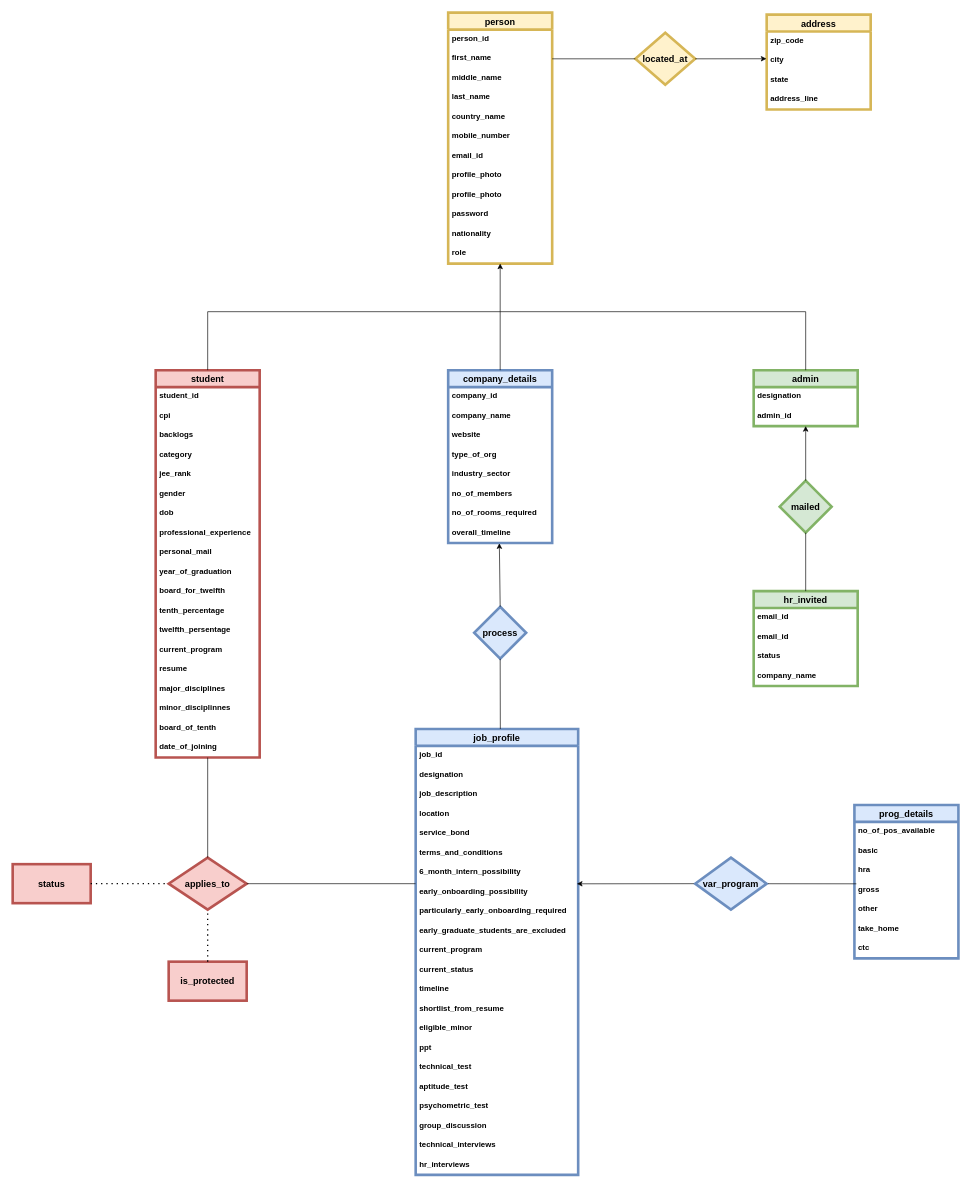
Before: ER_DBMS_ASSIGNMENT_1.drawio in Kamalkvaishnav/DBMS, a draw.io diagram. Source tidied: cells renumbered, new cells numbered last; positions are measured from the earlier drawing's top-left corner, leaving out a move shared by most shapes. Both pictures are drawn from the tidied source at 65%, with x=0, y=0 at pixel (12, 12).
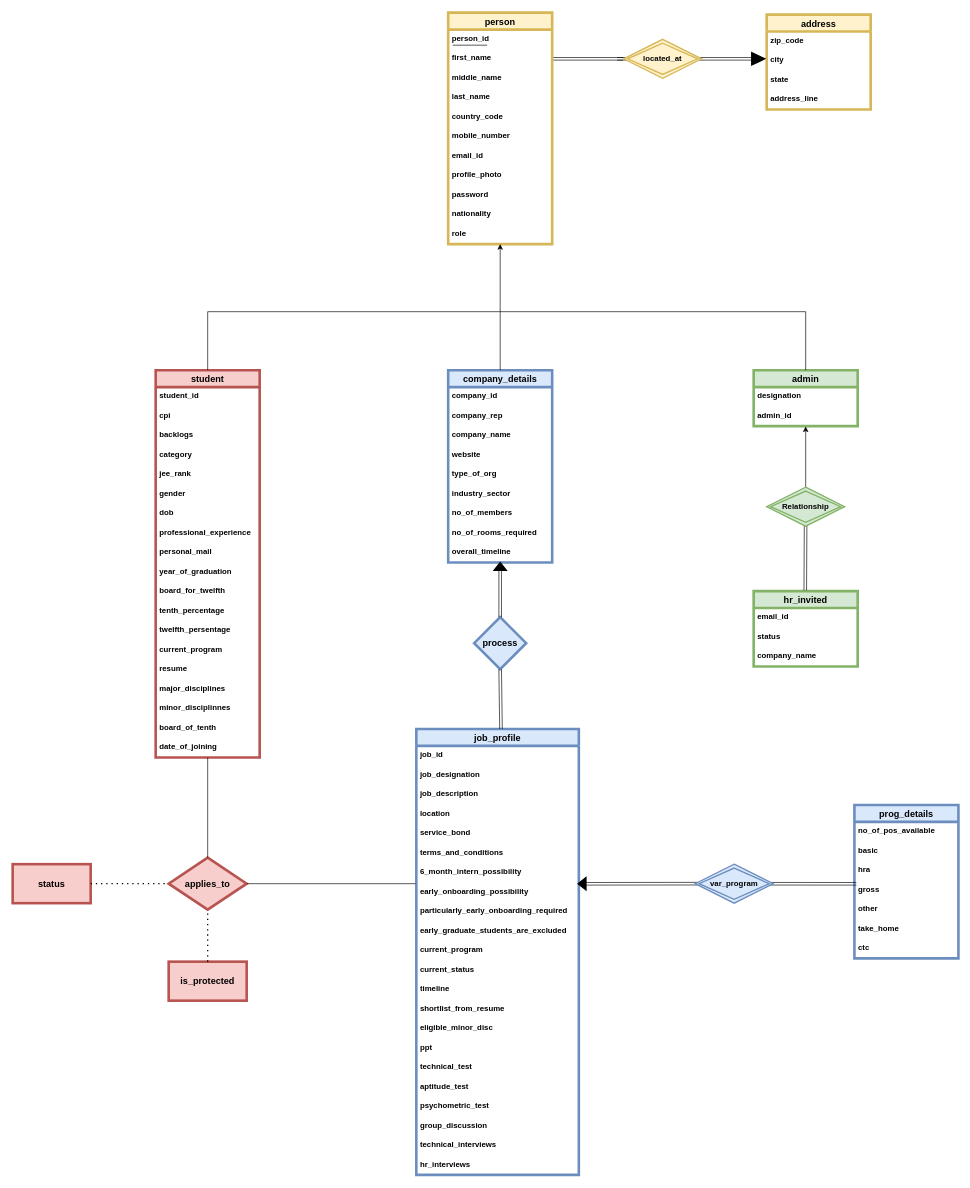
The same diagram, later.

The change refers to these unchanged cells:
```xml
<mxCell id="4" value="first_name" style="text;strokeColor=none;fillColor=none;spacingLeft=4;spacingRight=4;overflow=hidden;points=[[0,0.5],[1,0.5]];portConstraint=eastwest;fontSize=12;strokeWidth=1;fontStyle=1;" parent="2" vertex="1">
  <mxGeometry y="56" width="160" height="30" as="geometry" />
</mxCell>
<mxCell id="17" value="city" style="text;strokeColor=none;fillColor=none;spacingLeft=4;spacingRight=4;overflow=hidden;points=[[0,0.5],[1,0.5]];portConstraint=eastwest;fontSize=12;fontStyle=1;" parent="15" vertex="1">
  <mxGeometry y="56" width="160" height="30" as="geometry" />
</mxCell>
<mxCell id="71" value="admin" style="swimlane;fontStyle=1;horizontal=1;startSize=26;align=center;fontSize=14;strokeWidth=4;fillColor=#d5e8d4;strokeColor=#82b366;" parent="1" vertex="1">
  <mxGeometry x="1140" y="550" width="160" height="86" as="geometry" />
</mxCell>
```

Change to the diagram source:
```diff
@@
     <mxCell id="2" value="person" style="swimlane;fontStyle=1;horizontal=1;startSize=26;align=center;fontSize=14;fillColor=#fff2cc;strokeColor=#d6b656;strokeWidth=4;" parent="1" vertex="1">
-      <mxGeometry x="670" width="160" height="386" as="geometry" />
+      <mxGeometry x="670" width="160" height="356" as="geometry" />
     </mxCell>
@@
+    <mxCell id="112" style="endArrow=none;html=1;rounded=0;fontSize=14;startSize=1;endSize=13;sourcePerimeterSpacing=-7;targetPerimeterSpacing=-9;" parent="2" edge="1">
+      <mxGeometry relative="1" as="geometry">
+        <mxPoint x="7" y="50" as="sourcePoint" />
+        <mxPoint x="60" y="50" as="targetPoint" />
+      </mxGeometry>
+    </mxCell>
@@
-    <mxCell id="7" value="country_name" style="text;strokeColor=none;fillColor=none;spacingLeft=4;spacingRight=4;overflow=hidden;fontSize=12;strokeWidth=1;fontStyle=1;" parent="2" vertex="1">
+    <mxCell id="7" value="country_code" style="text;strokeColor=none;fillColor=none;spacingLeft=4;spacingRight=4;overflow=hidden;fontSize=12;strokeWidth=1;fontStyle=1;" parent="2" vertex="1">
       <mxGeometry y="146" width="160" height="30" as="geometry" />
     </mxCell>
@@
-    <mxCell id="11" value="profile_photo" style="text;strokeColor=none;fillColor=none;spacingLeft=4;spacingRight=4;overflow=hidden;fontSize=12;strokeWidth=1;fontStyle=1;" parent="2" vertex="1">
-      <mxGeometry y="266" width="160" height="30" as="geometry" />
-    </mxCell>
     <mxCell id="12" value="password" style="text;strokeColor=none;fillColor=none;spacingLeft=4;spacingRight=4;overflow=hidden;fontSize=12;strokeWidth=1;fontStyle=1;" parent="2" vertex="1">
-      <mxGeometry y="296" width="160" height="30" as="geometry" />
+      <mxGeometry y="266" width="160" height="30" as="geometry" />
     </mxCell>
     <mxCell id="13" value="nationality" style="text;strokeColor=none;fillColor=none;spacingLeft=4;spacingRight=4;overflow=hidden;fontSize=12;strokeWidth=1;fontStyle=1;" parent="2" vertex="1">
-      <mxGeometry y="326" width="160" height="30" as="geometry" />
+      <mxGeometry y="296" width="160" height="30" as="geometry" />
     </mxCell>
     <mxCell id="14" value="role" style="text;strokeColor=none;fillColor=none;spacingLeft=4;spacingRight=4;overflow=hidden;points=[[0,0.5],[1,0.5]];portConstraint=eastwest;fontSize=12;strokeWidth=1;fontStyle=1;" parent="2" vertex="1">
-      <mxGeometry y="356" width="160" height="30" as="geometry" />
+      <mxGeometry y="326" width="160" height="30" as="geometry" />
     </mxCell>
@@
     <mxCell id="40" value="job_profile" style="swimlane;fontStyle=1;horizontal=1;startSize=26;align=center;fontSize=14;strokeWidth=4;fillColor=#dae8fc;strokeColor=#6c8ebf;" parent="1" vertex="1">
-      <mxGeometry x="620" y="1102" width="250" height="686" as="geometry" />
+      <mxGeometry x="621" y="1102" width="250" height="686" as="geometry" />
     </mxCell>
@@
-    <mxCell id="42" value="designation" style="text;strokeColor=none;fillColor=none;spacingLeft=4;spacingRight=4;overflow=hidden;fontSize=12;fontStyle=1;" parent="40" vertex="1">
+    <mxCell id="42" value="job_designation" style="text;strokeColor=none;fillColor=none;spacingLeft=4;spacingRight=4;overflow=hidden;fontSize=12;fontStyle=1;" parent="40" vertex="1">
       <mxGeometry y="56" width="250" height="30" as="geometry" />
     </mxCell>
@@
-    <mxCell id="55" value="eligible_minor" style="text;strokeColor=none;fillColor=none;spacingLeft=4;spacingRight=4;overflow=hidden;fontSize=12;fontStyle=1;" parent="40" vertex="1">
+    <mxCell id="55" value="eligible_minor_disc" style="text;strokeColor=none;fillColor=none;spacingLeft=4;spacingRight=4;overflow=hidden;fontSize=12;fontStyle=1;" parent="40" vertex="1">
       <mxGeometry y="446" width="250" height="30" as="geometry" />
     </mxCell>
@@
     <mxCell id="74" value="hr_invited" style="swimlane;fontStyle=1;horizontal=1;startSize=26;align=center;fontSize=14;strokeWidth=4;fillColor=#d5e8d4;strokeColor=#82b366;" parent="1" vertex="1">
-      <mxGeometry x="1140" y="890" width="160" height="146" as="geometry" />
+      <mxGeometry x="1140" y="890" width="160" height="116" as="geometry" />
     </mxCell>
@@
-    <mxCell id="76" value="email_id" style="text;strokeColor=none;fillColor=none;spacingLeft=4;spacingRight=4;overflow=hidden;fontSize=12;fontStyle=1;" parent="74" vertex="1">
-      <mxGeometry y="56" width="160" height="30" as="geometry" />
-    </mxCell>
     <mxCell id="77" value="status" style="text;strokeColor=none;fillColor=none;spacingLeft=4;spacingRight=4;overflow=hidden;fontSize=12;fontStyle=1;" parent="74" vertex="1">
-      <mxGeometry y="86" width="160" height="30" as="geometry" />
+      <mxGeometry y="56" width="160" height="30" as="geometry" />
     </mxCell>
     <mxCell id="78" value="company_name" style="text;strokeColor=none;fillColor=none;spacingLeft=4;spacingRight=4;overflow=hidden;fontSize=12;fontStyle=1;" parent="74" vertex="1">
-      <mxGeometry y="116" width="160" height="30" as="geometry" />
+      <mxGeometry y="86" width="160" height="30" as="geometry" />
     </mxCell>
     <mxCell id="79" value="company_details" style="swimlane;fontStyle=1;horizontal=1;startSize=26;align=center;fontSize=14;strokeWidth=4;fillColor=#dae8fc;strokeColor=#6c8ebf;" parent="1" vertex="1">
-      <mxGeometry x="670" y="550" width="160" height="266" as="geometry" />
+      <mxGeometry x="670" y="550" width="160" height="296" as="geometry" />
     </mxCell>
@@
+    <mxCell id="113" value="company_rep" style="text;strokeColor=none;fillColor=none;spacingLeft=4;spacingRight=4;overflow=hidden;fontSize=12;fontStyle=1;" parent="79" vertex="1">
+      <mxGeometry y="56" width="160" height="30" as="geometry" />
+    </mxCell>
     <mxCell id="81" value="company_name" style="text;strokeColor=none;fillColor=none;spacingLeft=4;spacingRight=4;overflow=hidden;fontSize=12;fontStyle=1;" parent="79" vertex="1">
-      <mxGeometry y="56" width="160" height="30" as="geometry" />
+      <mxGeometry y="86" width="160" height="30" as="geometry" />
     </mxCell>
     <mxCell id="82" value="website" style="text;strokeColor=none;fillColor=none;spacingLeft=4;spacingRight=4;overflow=hidden;fontSize=12;fontStyle=1;" parent="79" vertex="1">
-      <mxGeometry y="86" width="160" height="30" as="geometry" />
+      <mxGeometry y="116" width="160" height="30" as="geometry" />
     </mxCell>
     <mxCell id="83" value="type_of_org" style="text;strokeColor=none;fillColor=none;spacingLeft=4;spacingRight=4;overflow=hidden;fontSize=12;fontStyle=1;" parent="79" vertex="1">
-      <mxGeometry y="116" width="160" height="30" as="geometry" />
+      <mxGeometry y="146" width="160" height="30" as="geometry" />
     </mxCell>
     <mxCell id="84" value="industry_sector" style="text;strokeColor=none;fillColor=none;spacingLeft=4;spacingRight=4;overflow=hidden;fontSize=12;fontStyle=1;" parent="79" vertex="1">
-      <mxGeometry y="146" width="160" height="30" as="geometry" />
+      <mxGeometry y="176" width="160" height="30" as="geometry" />
     </mxCell>
     <mxCell id="85" value="no_of_members" style="text;strokeColor=none;fillColor=none;spacingLeft=4;spacingRight=4;overflow=hidden;fontSize=12;fontStyle=1;" parent="79" vertex="1">
-      <mxGeometry y="176" width="160" height="30" as="geometry" />
+      <mxGeometry y="206" width="160" height="30" as="geometry" />
     </mxCell>
     <mxCell id="86" value="no_of_rooms_required" style="text;strokeColor=none;fillColor=none;spacingLeft=4;spacingRight=4;overflow=hidden;fontSize=12;fontStyle=1;" parent="79" vertex="1">
-      <mxGeometry y="206" width="160" height="30" as="geometry" />
+      <mxGeometry y="236" width="160" height="30" as="geometry" />
     </mxCell>
     <mxCell id="87" value="overall_timeline" style="text;strokeColor=none;fillColor=none;spacingLeft=4;spacingRight=4;overflow=hidden;points=[[0,0.5],[1,0.5]];portConstraint=eastwest;fontSize=12;fontStyle=1;" parent="79" vertex="1">
-      <mxGeometry y="236" width="160" height="30" as="geometry" />
+      <mxGeometry y="266" width="160" height="30" as="geometry" />
     </mxCell>
@@
     <mxCell id="100" value="process" style="rhombus;whiteSpace=wrap;html=1;strokeWidth=4;fillColor=#dae8fc;strokeColor=#6c8ebf;fontSize=14;fontStyle=1;startSize=26;" parent="1" vertex="1">
-      <mxGeometry x="710" y="914" width="80" height="80" as="geometry" />
+      <mxGeometry x="710" y="930" width="80" height="80" as="geometry" />
     </mxCell>
-    <mxCell id="101" style="endArrow=classic;html=1;rounded=0;entryX=0.492;entryY=1.011;entryDx=0;entryDy=0;entryPerimeter=0;exitX=0.5;exitY=0;exitDx=0;exitDy=0;fontStyle=1;" parent="1" edge="1" source="100" target="87">
+    <mxCell id="101" style="endArrow=classic;html=1;rounded=0;exitX=0.5;exitY=0;exitDx=0;exitDy=0;fontStyle=1;shape=link;entryX=0;entryY=0.5;entryDx=0;entryDy=0;" parent="1" edge="1" source="100" target="120">
       <mxGeometry relative="1" as="geometry" />
     </mxCell>
-    <mxCell id="102" style="endArrow=none;html=1;rounded=0;entryX=0.5;entryY=1;entryDx=0;entryDy=0;exitX=0.521;exitY=0;exitDx=0;exitDy=0;exitPerimeter=0;fontStyle=1;" parent="1" edge="1" source="40" target="100">
+    <mxCell id="102" style="endArrow=none;html=1;rounded=0;entryX=0.5;entryY=1;entryDx=0;entryDy=0;exitX=0.521;exitY=0;exitDx=0;exitDy=0;exitPerimeter=0;fontStyle=1;shape=link;" parent="1" edge="1" source="40" target="100">
       <mxGeometry relative="1" as="geometry" />
     </mxCell>
-    <mxCell id="103" value="located_at" style="rhombus;whiteSpace=wrap;html=1;strokeWidth=4;fillColor=#fff2cc;strokeColor=#d6b656;fontSize=14;fontStyle=1;startSize=26;" parent="1" vertex="1">
-      <mxGeometry x="958" y="31" width="92" height="80" as="geometry" />
-    </mxCell>
-    <mxCell id="104" style="endArrow=none;html=1;rounded=0;entryX=0;entryY=0.5;entryDx=0;entryDy=0;exitX=1;exitY=0.5;exitDx=0;exitDy=0;fontStyle=1;" parent="1" edge="1" source="4" target="103">
-      <mxGeometry relative="1" as="geometry" />
+    <mxCell id="104" style="endArrow=none;html=1;rounded=0;exitX=1;exitY=0.5;exitDx=0;exitDy=0;fontStyle=1;shape=link;entryX=-0.026;entryY=0.5;entryDx=0;entryDy=0;entryPerimeter=0;startSize=1;endSize=5;" parent="1" edge="1">
+      <mxGeometry relative="1" as="geometry">
+        <mxPoint x="832" y="71" as="sourcePoint" />
+        <mxPoint x="938.9" y="71" as="targetPoint" />
+      </mxGeometry>
     </mxCell>
-    <mxCell id="105" style="endArrow=classic;html=1;rounded=0;entryX=-0.002;entryY=0.396;entryDx=0;entryDy=0;entryPerimeter=0;exitX=1;exitY=0.5;exitDx=0;exitDy=0;fontStyle=1;" parent="1" edge="1" source="103" target="17">
-      <mxGeometry relative="1" as="geometry" />
-    </mxCell>
-    <mxCell id="106" value="mailed" style="rhombus;whiteSpace=wrap;html=1;strokeWidth=4;fillColor=#d5e8d4;strokeColor=#82b366;fontSize=14;fontStyle=1;startSize=26;" parent="1" vertex="1">
-      <mxGeometry x="1180" y="720" width="80" height="80" as="geometry" />
-    </mxCell>
-    <mxCell id="107" style="endArrow=classic;html=1;rounded=0;entryX=0.5;entryY=1;entryDx=0;entryDy=0;exitX=0.5;exitY=0;exitDx=0;exitDy=0;fontStyle=1;" parent="1" edge="1" source="106" target="71">
-      <mxGeometry relative="1" as="geometry" />
+    <mxCell id="107" style="endArrow=classic;html=1;rounded=0;exitX=0.5;exitY=0;exitDx=0;exitDy=0;fontStyle=1;" parent="1" edge="1" source="118">
+      <mxGeometry relative="1" as="geometry">
+        <mxPoint x="1220" y="636.5" as="targetPoint" />
+      </mxGeometry>
     </mxCell>
-    <mxCell id="108" style="endArrow=none;html=1;rounded=0;entryX=0.5;entryY=1;entryDx=0;entryDy=0;exitX=0.5;exitY=0;exitDx=0;exitDy=0;fontStyle=1;" parent="1" edge="1" source="74" target="106">
+    <mxCell id="108" style="endArrow=none;html=1;rounded=0;entryX=0.499;entryY=0.984;entryDx=0;entryDy=0;exitX=0.496;exitY=-0.011;exitDx=0;exitDy=0;fontStyle=1;shape=link;exitPerimeter=0;entryPerimeter=0;" parent="1" edge="1" source="74" target="118">
       <mxGeometry relative="1" as="geometry" />
     </mxCell>
-    <mxCell id="109" value="var_program" style="rhombus;whiteSpace=wrap;html=1;strokeWidth=4;fillColor=#dae8fc;strokeColor=#6c8ebf;fontSize=14;fontStyle=1;startSize=26;" parent="1" vertex="1">
-      <mxGeometry x="1050" y="1300" width="110" height="80" as="geometry" />
-    </mxCell>
-    <mxCell id="110" style="endArrow=classic;html=1;rounded=0;entryX=1;entryY=0.107;entryDx=0;entryDy=0;entryPerimeter=0;exitX=-0.02;exitY=0.5;exitDx=0;exitDy=0;exitPerimeter=0;fontStyle=1;" parent="1" edge="1" source="109">
+    <mxCell id="110" style="endArrow=classic;html=1;rounded=0;entryX=1;entryY=0.107;entryDx=0;entryDy=0;entryPerimeter=0;exitX=-0.02;exitY=0.5;exitDx=0;exitDy=0;exitPerimeter=0;fontStyle=1;shape=link;" parent="1" edge="1">
       <mxGeometry relative="1" as="geometry">
-        <mxPoint x="868" y="1340.2" as="targetPoint" />
+        <mxPoint x="1053.8" y="1340" as="sourcePoint" />
+        <mxPoint x="874" y="1340.2" as="targetPoint" />
       </mxGeometry>
     </mxCell>
-    <mxCell id="111" style="endArrow=none;html=1;rounded=0;entryX=0;entryY=0.175;entryDx=0;entryDy=0;entryPerimeter=0;exitX=1.018;exitY=0.501;exitDx=0;exitDy=0;exitPerimeter=0;fontStyle=1;" parent="1" edge="1" source="109">
+    <mxCell id="111" style="endArrow=none;html=1;rounded=0;entryX=0;entryY=0.175;entryDx=0;entryDy=0;entryPerimeter=0;exitX=1.018;exitY=0.501;exitDx=0;exitDy=0;exitPerimeter=0;fontStyle=1;shape=link;" parent="1" edge="1">
       <mxGeometry relative="1" as="geometry">
+        <mxPoint x="1162" y="1340.1" as="sourcePoint" />
         <mxPoint x="1298" y="1340.2" as="targetPoint" />
       </mxGeometry>
     </mxCell>
+    <mxCell id="114" style="endArrow=none;html=1;rounded=0;fontStyle=1;startSize=9;endSize=5;sourcePerimeterSpacing=-5;shape=link;entryX=0;entryY=0.5;entryDx=0;entryDy=0;" parent="1" edge="1" target="115">
+      <mxGeometry relative="1" as="geometry">
+        <mxPoint x="1070" y="71" as="sourcePoint" />
+      </mxGeometry>
+    </mxCell>
+    <mxCell id="115" style="triangle;whiteSpace=wrap;html=1;strokeWidth=2;fillColor=#000000;" parent="1" vertex="1">
+      <mxGeometry x="1137" y="61.5" width="20" height="19" as="geometry" />
+    </mxCell>
+    <mxCell id="116" style="edgeStyle=none;shape=link;rounded=0;jettySize=auto;html=1;startSize=1;endSize=5;sourcePerimeterSpacing=-7;targetPerimeterSpacing=-9;" parent="1" edge="1" source="103">
+      <mxGeometry relative="1" as="geometry">
+        <mxPoint x="930" y="71" as="targetPoint" />
+      </mxGeometry>
+    </mxCell>
+    <mxCell id="117" style="edgeStyle=none;shape=link;rounded=0;jettySize=auto;html=1;startSize=1;endSize=5;sourcePerimeterSpacing=-7;targetPerimeterSpacing=-9;" parent="1" edge="1" source="103">
+      <mxGeometry relative="1" as="geometry">
+        <mxPoint x="1070" y="71" as="targetPoint" />
+      </mxGeometry>
+    </mxCell>
+    <mxCell id="103" value="&lt;b&gt;located_at&lt;/b&gt;" style="shape=rhombus;double=1;perimeter=rhombusPerimeter;whiteSpace=wrap;html=1;align=center;fillStyle=auto;strokeWidth=2;fillColor=#fff2cc;strokeColor=#d6b656;" parent="1" vertex="1">
+      <mxGeometry x="940" y="41" width="120" height="60" as="geometry" />
+    </mxCell>
+    <mxCell id="118" value="Relationship" style="shape=rhombus;double=1;perimeter=rhombusPerimeter;whiteSpace=wrap;html=1;align=center;fillStyle=auto;strokeWidth=2;fillColor=#d5e8d4;strokeColor=#82b366;fontStyle=1;" parent="1" vertex="1">
+      <mxGeometry x="1160" y="730" width="120" height="60" as="geometry" />
+    </mxCell>
+    <mxCell id="109" value="var_program" style="shape=rhombus;double=1;perimeter=rhombusPerimeter;whiteSpace=wrap;html=1;align=center;fillStyle=auto;strokeWidth=2;fillColor=#dae8fc;strokeColor=#6c8ebf;fontStyle=1;" parent="1" vertex="1">
+      <mxGeometry x="1050" y="1310" width="120" height="60" as="geometry" />
+    </mxCell>
+    <mxCell id="119" style="triangle;whiteSpace=wrap;html=1;strokeWidth=2;fillColor=#000000;flipH=1;" parent="1" vertex="1">
+      <mxGeometry x="870" y="1330.5" width="12" height="19" as="geometry" />
+    </mxCell>
+    <mxCell id="120" style="triangle;whiteSpace=wrap;html=1;strokeWidth=2;fillColor=#000000;direction=north;" parent="1" vertex="1">
+      <mxGeometry x="740.5" y="846" width="19" height="12" as="geometry" />
+    </mxCell>
```
